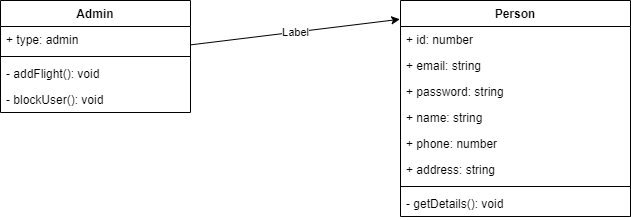
Ayu-Github07/Assignments keeps this draw.io diagram as Java Core 11/AirlineReservationSystem.drawio.drawio.png. Above is the earlier version. Source tidied: cells renumbered, new cells last; positions are measured from the earlier drawing's top-left corner, leaving out a move shared by most shapes.
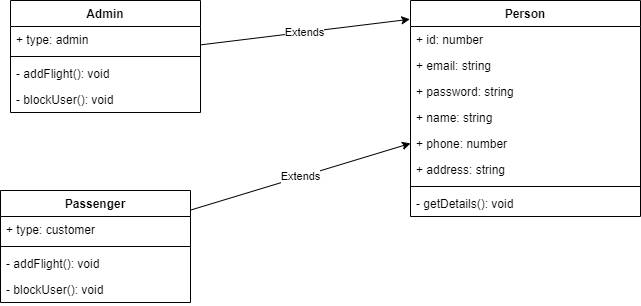
The same file after the commit.

Change to the diagram source:
```diff
@@ -44,11 +44,26 @@
     <mxCell id="15" value="- blockUser(): void" style="text;strokeColor=none;fillColor=none;align=left;verticalAlign=top;spacingLeft=4;spacingRight=4;overflow=hidden;" parent="11" vertex="1">
       <mxGeometry y="86" width="190" height="26" as="geometry" />
     </mxCell>
-    <mxCell id="16" style="endArrow=classic;html=1;rounded=0;entryX=-0.003;entryY=0.087;entryDx=0;entryDy=0;entryPerimeter=0;" parent="1" edge="1" source="11" target="2">
+    <mxCell id="16" value="Extends" style="endArrow=classic;html=1;rounded=0;entryX=-0.003;entryY=0.087;entryDx=0;entryDy=0;entryPerimeter=0;" parent="1" edge="1" source="11" target="2">
       <mxGeometry relative="1" as="geometry" />
     </mxCell>
-    <mxCell id="17" value="Label" style="edgeLabel;html=1;align=center;verticalAlign=middle;" parent="16" vertex="1">
-      <mxGeometry relative="1" as="geometry" />
-    </mxCell>
+    <mxCell id="18" value="Passenger" style="swimlane;fontStyle=1;align=center;verticalAlign=top;horizontal=1;startSize=26;" parent="1" vertex="1">
+      <mxGeometry x="-10" y="190" width="190" height="112" as="geometry" />
+    </mxCell>
+    <mxCell id="19" value="+ type: customer" style="text;strokeColor=none;fillColor=none;align=left;verticalAlign=top;spacingLeft=4;spacingRight=4;overflow=hidden;" parent="18" vertex="1">
+      <mxGeometry y="26" width="190" height="26" as="geometry" />
+    </mxCell>
+    <mxCell id="20" style="line;strokeWidth=1;fillColor=none;align=left;verticalAlign=middle;spacingTop=-1;spacingLeft=3;spacingRight=3;labelPosition=right;" parent="18" vertex="1">
+      <mxGeometry y="52" width="190" height="8" as="geometry" />
+    </mxCell>
+    <mxCell id="21" value="- addFlight(): void" style="text;strokeColor=none;fillColor=none;align=left;verticalAlign=top;spacingLeft=4;spacingRight=4;overflow=hidden;" parent="18" vertex="1">
+      <mxGeometry y="60" width="190" height="26" as="geometry" />
+    </mxCell>
+    <mxCell id="22" value="- blockUser(): void" style="text;strokeColor=none;fillColor=none;align=left;verticalAlign=top;spacingLeft=4;spacingRight=4;overflow=hidden;" parent="18" vertex="1">
+      <mxGeometry y="86" width="190" height="26" as="geometry" />
+    </mxCell>
+    <mxCell id="23" value="Extends" style="endArrow=classic;html=1;rounded=0;exitX=1.002;exitY=0.174;exitDx=0;exitDy=0;exitPerimeter=0;" parent="1" edge="1" source="18" target="2">
+      <mxGeometry relative="1" as="geometry" />
+    </mxCell>
   </root>
 </mxGraphModel>
```
